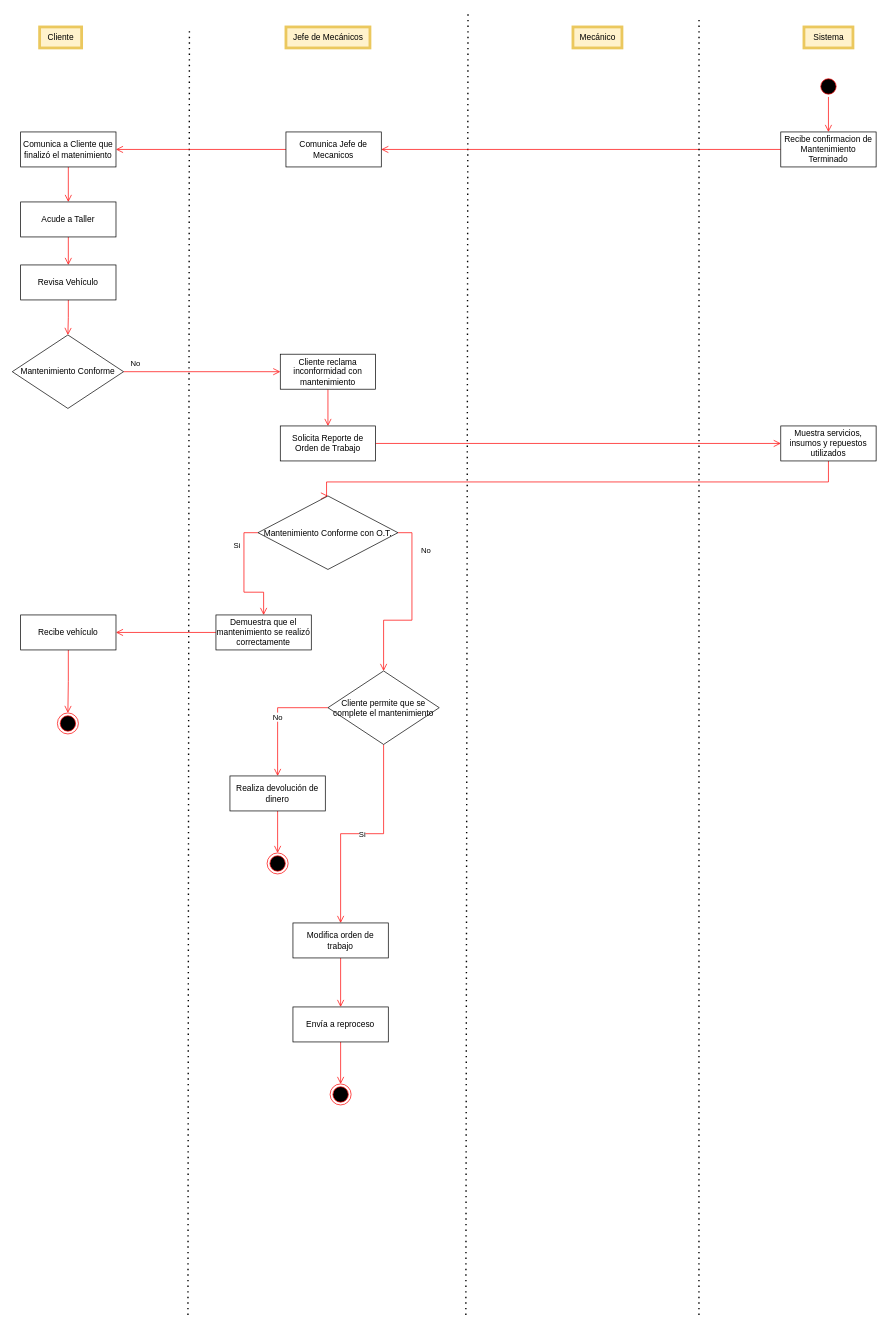
Above: page "Actividades4" (6 of 6) of Diagrama sin título.drawio in KeiKurono96/Experiencias3 (draw.io), before the change. Source tidied: cells renumbered, new cells numbered last; positions are measured from the earlier drawing's top-left corner, leaving out a move shared by most shapes. Both pictures are drawn from the tidied source at 70%, with x=0, y=0 at pixel (12, 13).
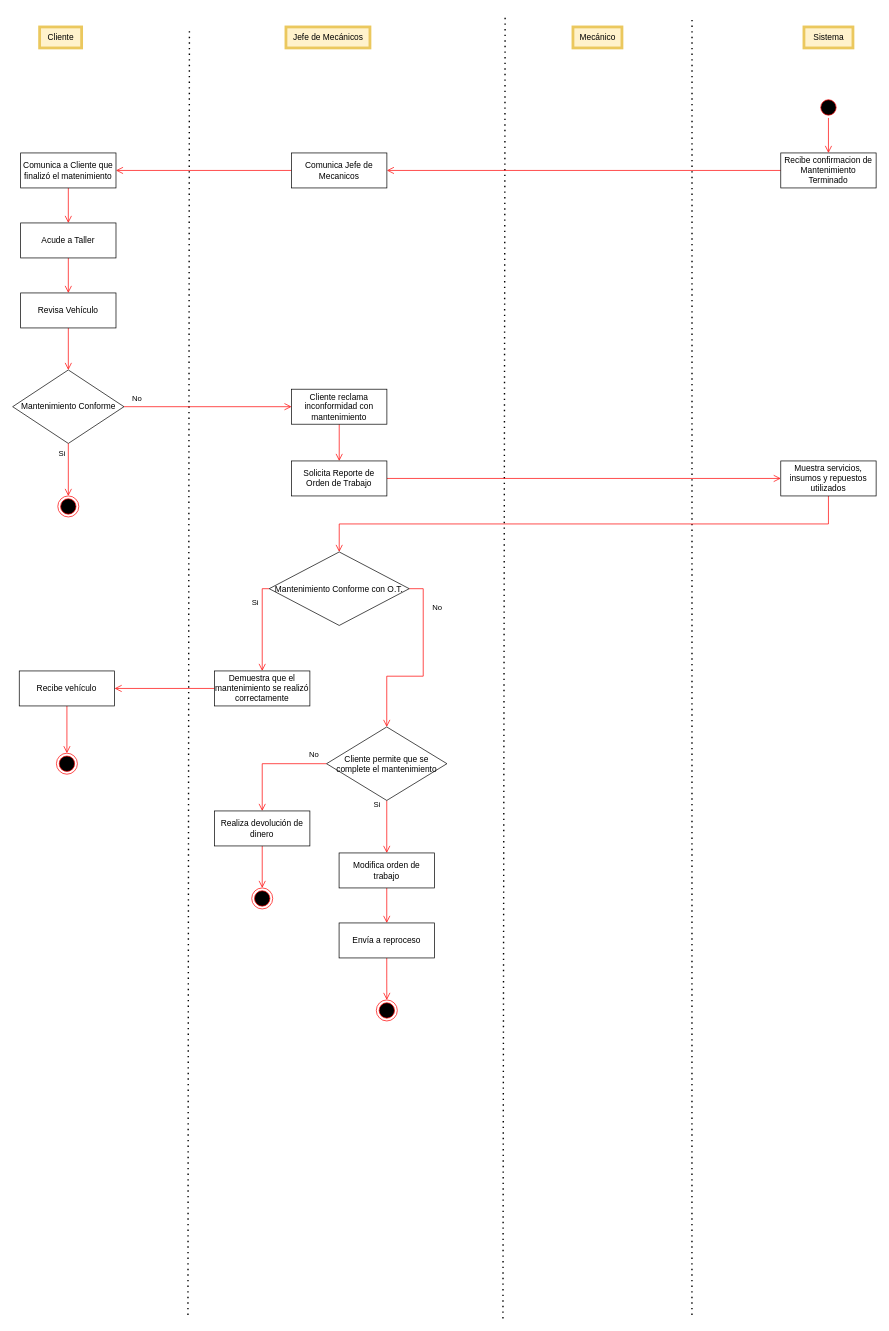
The same diagram, later.

What changed in the source:
```diff
@@
     <mxCell id="6" style="endArrow=none;dashed=1;html=1;dashPattern=1 3;strokeWidth=2;rounded=0;" parent="1" edge="1">
       <mxGeometry relative="1" as="geometry">
-        <mxPoint x="648" y="1860" as="sourcePoint" />
-        <mxPoint x="651.1" as="targetPoint" />
+        <mxPoint x="701" y="1865" as="sourcePoint" />
+        <mxPoint x="704.1" y="5" as="targetPoint" />
       </mxGeometry>
     </mxCell>
@@
     <mxCell id="8" value="Recibe confirmacion de Mantenimiento Terminado" style="html=1;whiteSpace=wrap;" parent="1" vertex="1">
-      <mxGeometry x="1097.9" y="170" width="136.2" height="50" as="geometry" />
+      <mxGeometry x="1097.9" y="200" width="136.2" height="50" as="geometry" />
     </mxCell>
     <mxCell id="9" style="endArrow=none;dashed=1;html=1;dashPattern=1 3;strokeWidth=2;rounded=0;" parent="1" edge="1">
       <mxGeometry relative="1" as="geometry">
-        <mxPoint x="981" y="1860" as="sourcePoint" />
-        <mxPoint x="981.1" y="10" as="targetPoint" />
+        <mxPoint x="971" y="1860" as="sourcePoint" />
+        <mxPoint x="971.1" y="10" as="targetPoint" />
       </mxGeometry>
     </mxCell>
@@
     <mxCell id="11" style="ellipse;html=1;shape=startState;fillColor=#000000;strokeColor=#ff0000;" parent="1" vertex="1">
-      <mxGeometry x="1151" y="90" width="30" height="30" as="geometry" />
+      <mxGeometry x="1151" y="120" width="30" height="30" as="geometry" />
     </mxCell>
@@
     <mxCell id="14" value="Comunica Jefe de Mecanicos" style="html=1;whiteSpace=wrap;" parent="1" vertex="1">
-      <mxGeometry x="391" y="170" width="136.2" height="50" as="geometry" />
+      <mxGeometry x="399" y="200" width="136.2" height="50" as="geometry" />
     </mxCell>
@@
     <mxCell id="16" value="Comunica a Cliente que finalizó el matenimiento" style="html=1;whiteSpace=wrap;" parent="1" vertex="1">
-      <mxGeometry x="12" y="170" width="136.2" height="50" as="geometry" />
+      <mxGeometry x="12" y="200" width="136.2" height="50" as="geometry" />
     </mxCell>
@@
     <mxCell id="18" value="Acude a Taller" style="html=1;whiteSpace=wrap;" parent="1" vertex="1">
-      <mxGeometry x="12" y="270" width="136.2" height="50" as="geometry" />
+      <mxGeometry x="12" y="300" width="136.2" height="50" as="geometry" />
     </mxCell>
@@
     <mxCell id="20" value="Mantenimiento Conforme" style="rhombus;whiteSpace=wrap;html=1;" parent="1" vertex="1">
-      <mxGeometry y="460" width="159" height="105" as="geometry" />
+      <mxGeometry x="0.6" y="510" width="159" height="105" as="geometry" />
     </mxCell>
@@
     <mxCell id="22" value="Revisa Vehículo" style="html=1;whiteSpace=wrap;" parent="1" vertex="1">
-      <mxGeometry x="12" y="360" width="136.2" height="50" as="geometry" />
+      <mxGeometry x="12" y="400" width="136.2" height="50" as="geometry" />
     </mxCell>
@@
     <mxCell id="25" value="Cliente reclama inconformidad con mantenimiento" style="html=1;whiteSpace=wrap;" parent="1" vertex="1">
-      <mxGeometry x="382.9" y="487.5" width="136.2" height="50" as="geometry" />
+      <mxGeometry x="399" y="537.5" width="136.2" height="50" as="geometry" />
     </mxCell>
     <mxCell id="26" style="edgeStyle=orthogonalEdgeStyle;shape=connector;rounded=0;jettySize=auto;html=1;entryX=0.5;entryY=0;entryDx=0;entryDy=0;labelBackgroundColor=default;strokeColor=#ff0000;fontFamily=Helvetica;fontSize=11;fontColor=default;endArrow=open;endSize=8;" parent="1" edge="1" source="27" target="31">
       <mxGeometry relative="1" as="geometry">
         <Array as="points">
-          <mxPoint x="1166" y="670" />
-          <mxPoint x="449" y="670" />
-          <mxPoint x="449" y="690" />
+          <mxPoint x="1166" y="730" />
+          <mxPoint x="467" y="730" />
         </Array>
       </mxGeometry>
     </mxCell>
     <mxCell id="27" value="Muestra servicios, insumos y repuestos utilizados" style="html=1;whiteSpace=wrap;" parent="1" vertex="1">
-      <mxGeometry x="1097.9" y="590" width="136.2" height="50" as="geometry" />
+      <mxGeometry x="1097.9" y="640" width="136.2" height="50" as="geometry" />
     </mxCell>
     <mxCell id="28" value="Solicita Reporte de Orden de Trabajo" style="html=1;whiteSpace=wrap;" parent="1" vertex="1">
-      <mxGeometry x="382.9" y="590" width="136.2" height="50" as="geometry" />
+      <mxGeometry x="399" y="640" width="136.2" height="50" as="geometry" />
     </mxCell>
     <mxCell id="29" value="Si" style="edgeStyle=orthogonalEdgeStyle;shape=connector;rounded=0;jettySize=auto;html=1;entryX=0.5;entryY=0;entryDx=0;entryDy=0;labelBackgroundColor=default;strokeColor=#ff0000;fontFamily=Helvetica;fontSize=11;fontColor=default;endArrow=open;endSize=8;exitX=0;exitY=0.5;exitDx=0;exitDy=0;" parent="1" edge="1" source="31" target="33">
-      <mxGeometry x="-0.54" y="-10" relative="1" as="geometry" />
+      <mxGeometry x="-0.54" y="-10" relative="1" as="geometry">
+        <Array as="points">
+          <mxPoint x="357" y="823" />
+        </Array>
+      </mxGeometry>
     </mxCell>
@@
     <mxCell id="31" value="Mantenimiento Conforme con O.T." style="rhombus;whiteSpace=wrap;html=1;" parent="1" vertex="1">
-      <mxGeometry x="351" y="690" width="200" height="105" as="geometry" />
+      <mxGeometry x="367.1" y="770" width="200" height="105" as="geometry" />
     </mxCell>
@@
     <mxCell id="33" value="Demuestra que el mantenimiento se realizó correctamente" style="html=1;whiteSpace=wrap;" parent="1" vertex="1">
-      <mxGeometry x="291" y="860" width="136.2" height="50" as="geometry" />
+      <mxGeometry x="289" y="940" width="136.2" height="50" as="geometry" />
     </mxCell>
     <mxCell id="34" value="No" style="edgeStyle=orthogonalEdgeStyle;shape=connector;rounded=0;jettySize=auto;html=1;entryX=0.5;entryY=0;entryDx=0;entryDy=0;labelBackgroundColor=default;strokeColor=#ff0000;fontFamily=Helvetica;fontSize=11;fontColor=default;endArrow=open;endSize=8;" parent="1" edge="1" source="36" target="38">
-      <mxGeometry relative="1" as="geometry" />
+      <mxGeometry x="-0.77" y="-13" relative="1" as="geometry" />
     </mxCell>
     <mxCell id="35" value="Si" style="edgeStyle=orthogonalEdgeStyle;shape=connector;rounded=0;jettySize=auto;html=1;labelBackgroundColor=default;strokeColor=#ff0000;fontFamily=Helvetica;fontSize=11;fontColor=default;endArrow=open;endSize=8;" parent="1" edge="1" source="36" target="44">
-      <mxGeometry relative="1" as="geometry" />
+      <mxGeometry x="-0.84" y="-14" relative="1" as="geometry" />
     </mxCell>
     <mxCell id="36" value="Cliente permite que se complete el mantenimiento" style="rhombus;whiteSpace=wrap;html=1;" parent="1" vertex="1">
-      <mxGeometry x="451" y="940" width="159" height="105" as="geometry" />
+      <mxGeometry x="449" y="1020" width="172" height="105" as="geometry" />
     </mxCell>
@@
     <mxCell id="38" value="Realiza devolución de dinero" style="html=1;whiteSpace=wrap;" parent="1" vertex="1">
-      <mxGeometry x="311" y="1090" width="136.2" height="50" as="geometry" />
+      <mxGeometry x="289" y="1140" width="136.2" height="50" as="geometry" />
     </mxCell>
@@
     <mxCell id="40" value="Recibe vehículo" style="html=1;whiteSpace=wrap;" parent="1" vertex="1">
-      <mxGeometry x="12" y="860" width="136.2" height="50" as="geometry" />
+      <mxGeometry x="10" y="940" width="136.2" height="50" as="geometry" />
     </mxCell>
-    <mxCell id="41" style="ellipse;html=1;shape=endState;fillColor=#000000;strokeColor=#ff0000;fontFamily=Helvetica;fontSize=11;fontColor=default;" parent="1" vertex="1">
-      <mxGeometry x="64.5" y="1000" width="30" height="30" as="geometry" />
+    <mxCell id="41" style="ellipse;html=1;shape=endState;fillColor=#000000;strokeColor=#ff0000;fontFamily=Helvetica;fontSize=11;fontColor=default;direction=south;" parent="1" vertex="1">
+      <mxGeometry x="63.1" y="1057.5" width="30" height="30" as="geometry" />
     </mxCell>
     <mxCell id="42" style="ellipse;html=1;shape=endState;fillColor=#000000;strokeColor=#ff0000;fontFamily=Helvetica;fontSize=11;fontColor=default;" parent="1" vertex="1">
-      <mxGeometry x="364.1" y="1200" width="30" height="30" as="geometry" />
+      <mxGeometry x="342.1" y="1250" width="30" height="30" as="geometry" />
     </mxCell>
@@
     <mxCell id="44" value="Modifica orden de trabajo" style="html=1;whiteSpace=wrap;" parent="1" vertex="1">
-      <mxGeometry x="401" y="1300" width="136.2" height="50" as="geometry" />
+      <mxGeometry x="466.9" y="1200" width="136.2" height="50" as="geometry" />
     </mxCell>
@@
     <mxCell id="46" value="Envía a reproceso" style="html=1;whiteSpace=wrap;" parent="1" vertex="1">
-      <mxGeometry x="401" y="1420" width="136.2" height="50" as="geometry" />
+      <mxGeometry x="466.9" y="1300" width="136.2" height="50" as="geometry" />
     </mxCell>
     <mxCell id="47" style="ellipse;html=1;shape=endState;fillColor=#000000;strokeColor=#ff0000;fontFamily=Helvetica;fontSize=11;fontColor=default;" parent="1" vertex="1">
-      <mxGeometry x="454.1" y="1530" width="30" height="30" as="geometry" />
+      <mxGeometry x="520.1" y="1410" width="30" height="30" as="geometry" />
     </mxCell>
+    <mxCell id="48" style="ellipse;html=1;shape=endState;fillColor=#000000;strokeColor=#ff0000;fontFamily=Helvetica;fontSize=11;fontColor=default;direction=south;" parent="1" vertex="1">
+      <mxGeometry x="65.1" y="690" width="30" height="30" as="geometry" />
+    </mxCell>
+    <mxCell id="49" value="Si" style="edgeStyle=orthogonalEdgeStyle;shape=connector;rounded=0;jettySize=auto;html=1;entryX=0;entryY=0.5;entryDx=0;entryDy=0;labelBackgroundColor=default;strokeColor=#ff0000;fontFamily=Helvetica;fontSize=11;fontColor=default;endArrow=open;endSize=8;exitX=0.5;exitY=1;exitDx=0;exitDy=0;" parent="1" edge="1" source="20" target="48">
+      <mxGeometry x="-0.6" y="-9" relative="1" as="geometry" />
+    </mxCell>
```
